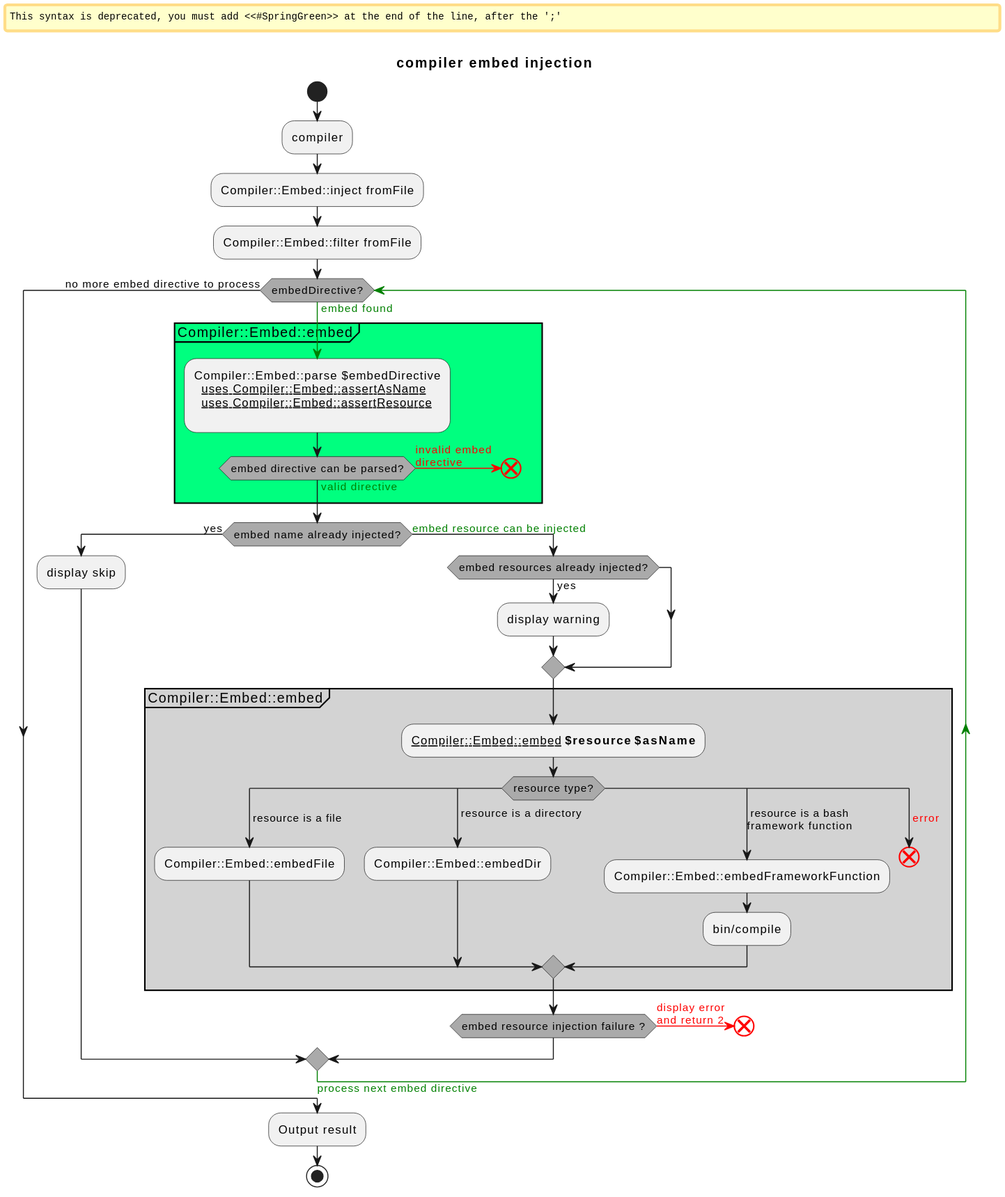
Earlier version of the PlantUML export content/docs/assets/embedActivityDiagram.svg (fchastanet/bash-compiler). Its source is kept beside it as content/docs/assets/embedActivityDiagram.puml.
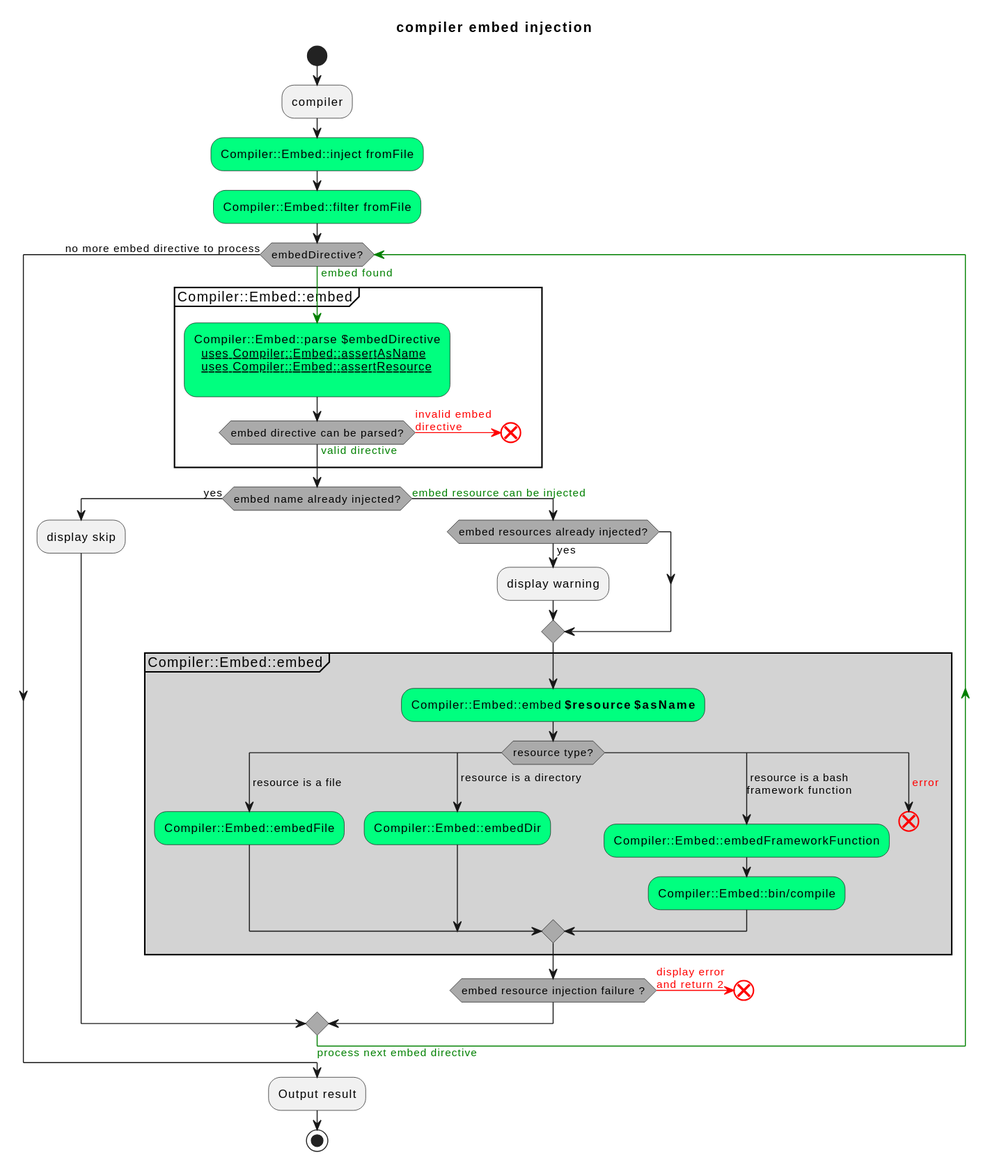
After the change.

The edit, as a diff of the source:
```diff
@@ -8,16 +8,16 @@
 
 :compiler;
 
-#SpringGreen:Compiler::Embed::inject fromFile;
+:Compiler::Embed::inject fromFile; <<#SpringGreen>>
 
-#SpringGreen:Compiler::Embed::filter fromFile;
+:Compiler::Embed::filter fromFile; <<#SpringGreen>>
 while (embedDirective?) is (<color:green>embed found)
   -[#green]->
-  partition Compiler::Embed::embed #SpringGreen {
-    #SpringGreen:Compiler::Embed::parse $embedDirective
+  partition Compiler::Embed::embed<<#SpringGreen>> {
+    :Compiler::Embed::parse $embedDirective
       ~~uses Compiler::Embed::assertAsName~~
       ~~uses Compiler::Embed::assertResource~~
-    ;
+    ;<<#SpringGreen>>
     if (embed directive can be parsed?) is (<color:green>valid directive) then
       -[#green]->
     else (<color:red>invalid embed\n<color:red>directive)
@@ -34,15 +34,15 @@
       :display warning;
     endif
     partition Compiler::Embed::embed #LightGray {
-      #SpringGreen:__Compiler::Embed::embed__ **$resource** **$asName**;
+      :Compiler::Embed::embed **$resource** **$asName**;<<#SpringGreen>>
       switch (resource type?)
       case ( resource is a file )
-        #SpringGreen:Compiler::Embed::embedFile;
+        :Compiler::Embed::embedFile;<<#SpringGreen>>
       case ( resource is a directory )
-        #SpringGreen:Compiler::Embed::embedDir;
+        :Compiler::Embed::embedDir;<<#SpringGreen>>
       case ( resource is a bash\nframework function )
-        #SpringGreen:Compiler::Embed::embedFrameworkFunction;
-        #SpringGreen:bin/compile;
+        :Compiler::Embed::embedFrameworkFunction;<<#SpringGreen>>
+        :Compiler::Embed::bin/compile;<<#SpringGreen>>
       case ( <color:red>error )
         -[#red]->
         end
```
